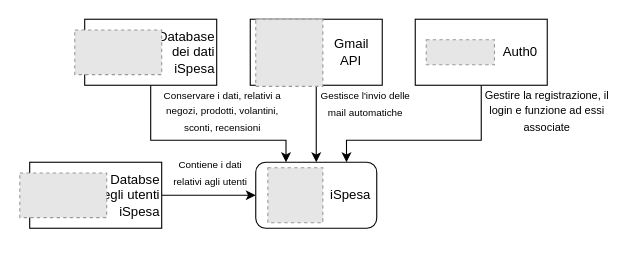
Above: UML/DiagrammaAPDBs.drawio in G15-UniTN/iSpesa (draw.io), before the change. Source tidied: cells renumbered, new cells numbered last; positions are measured from the earlier drawing's top-left corner, leaving out a move shared by most shapes. Both pictures are drawn from the tidied source at 110%, with x=0, y=0 at pixel (19, 19). Pictures stored in the file or linked from it are replaced by grey dashed boxes.
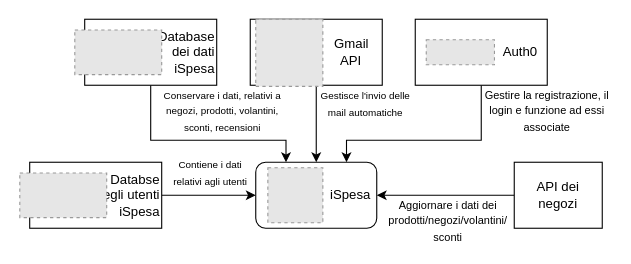
The same page after the edit.

The change refers to these unchanged cells:
```xml
<mxCell id="2" value="iSpesa&amp;nbsp;" style="rounded=1;whiteSpace=wrap;html=1;align=right;" parent="1" vertex="1">
  <mxGeometry x="215" y="130" width="110" height="60" as="geometry" />
</mxCell>
```

Change to the diagram source:
```diff
@@
+    <mxCell id="20" style="edgeStyle=orthogonalEdgeStyle;rounded=0;jettySize=auto;html=1;exitX=0;exitY=0.5;exitDx=0;exitDy=0;entryX=1;entryY=0.5;entryDx=0;entryDy=0;" parent="1" edge="1" source="21" target="2">
+      <mxGeometry relative="1" as="geometry" />
+    </mxCell>
+    <mxCell id="21" value="API dei&lt;br&gt;negozi" style="rounded=0;whiteSpace=wrap;html=1;align=center;" parent="1" vertex="1">
+      <mxGeometry x="450" y="130" width="80" height="60" as="geometry" />
+    </mxCell>
+    <mxCell id="22" value="&lt;font size=&quot;1&quot;&gt;Aggiornare i&amp;nbsp;dati dei prodotti/negozi/volantini/&lt;br&gt;sconti&lt;br&gt;&lt;/font&gt;" style="text;html=1;strokeColor=none;fillColor=none;align=center;verticalAlign=middle;whiteSpace=wrap;rounded=0;" parent="1" vertex="1">
+      <mxGeometry x="330" y="160" width="120" height="45" as="geometry" />
+    </mxCell>
```
